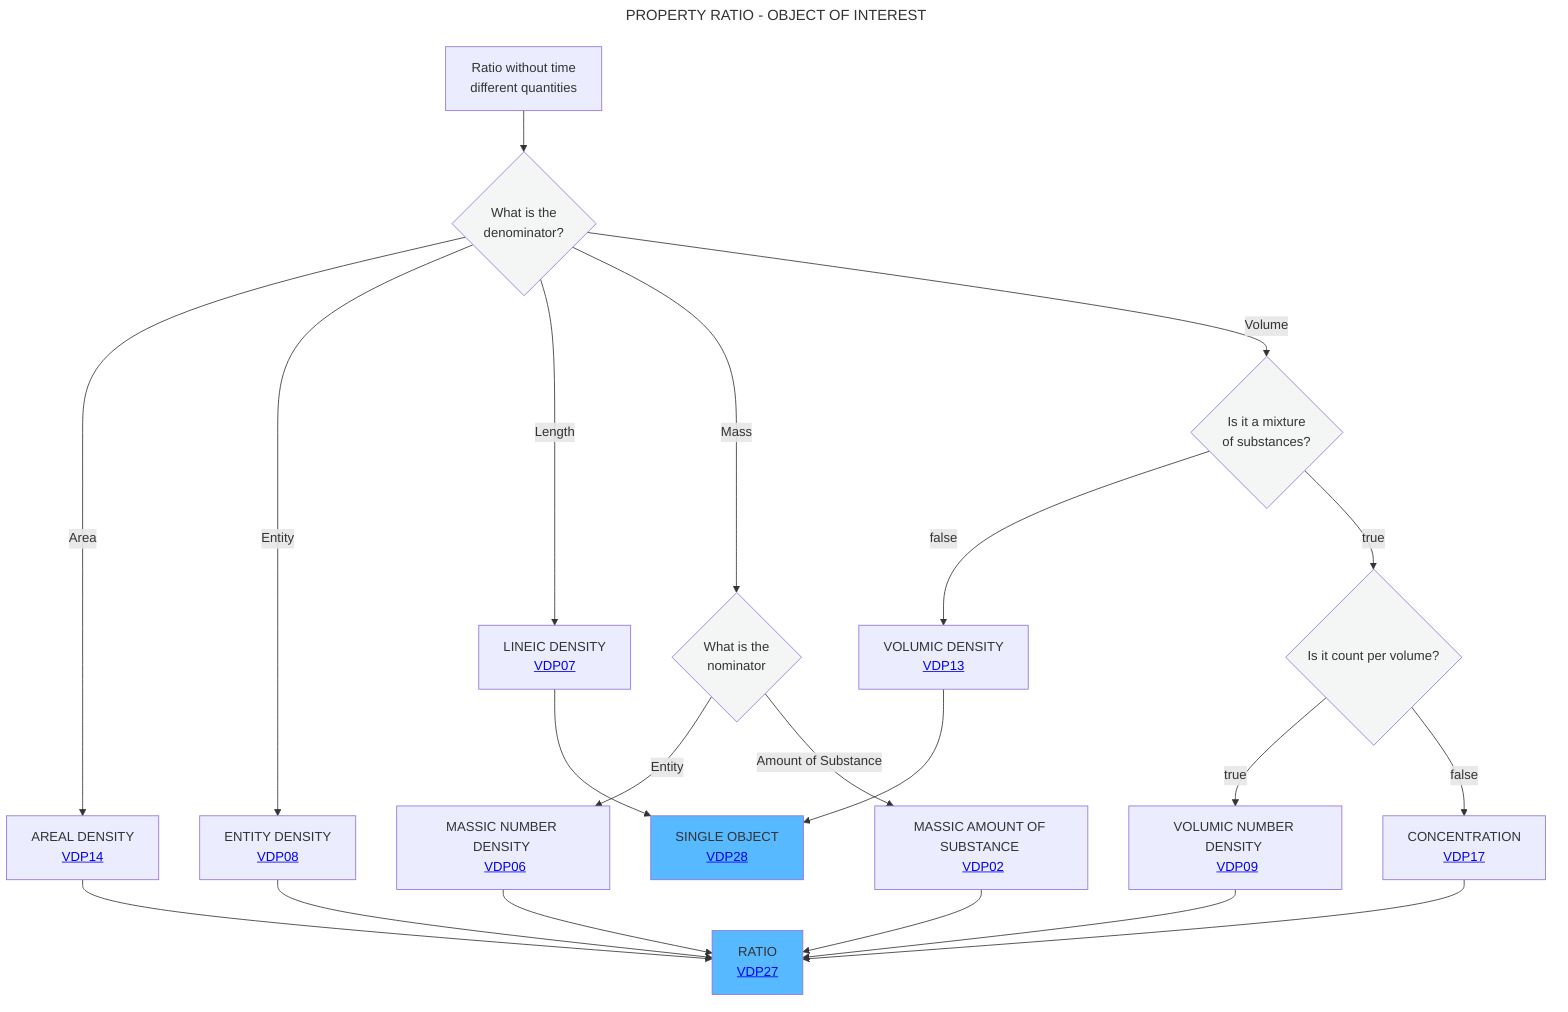
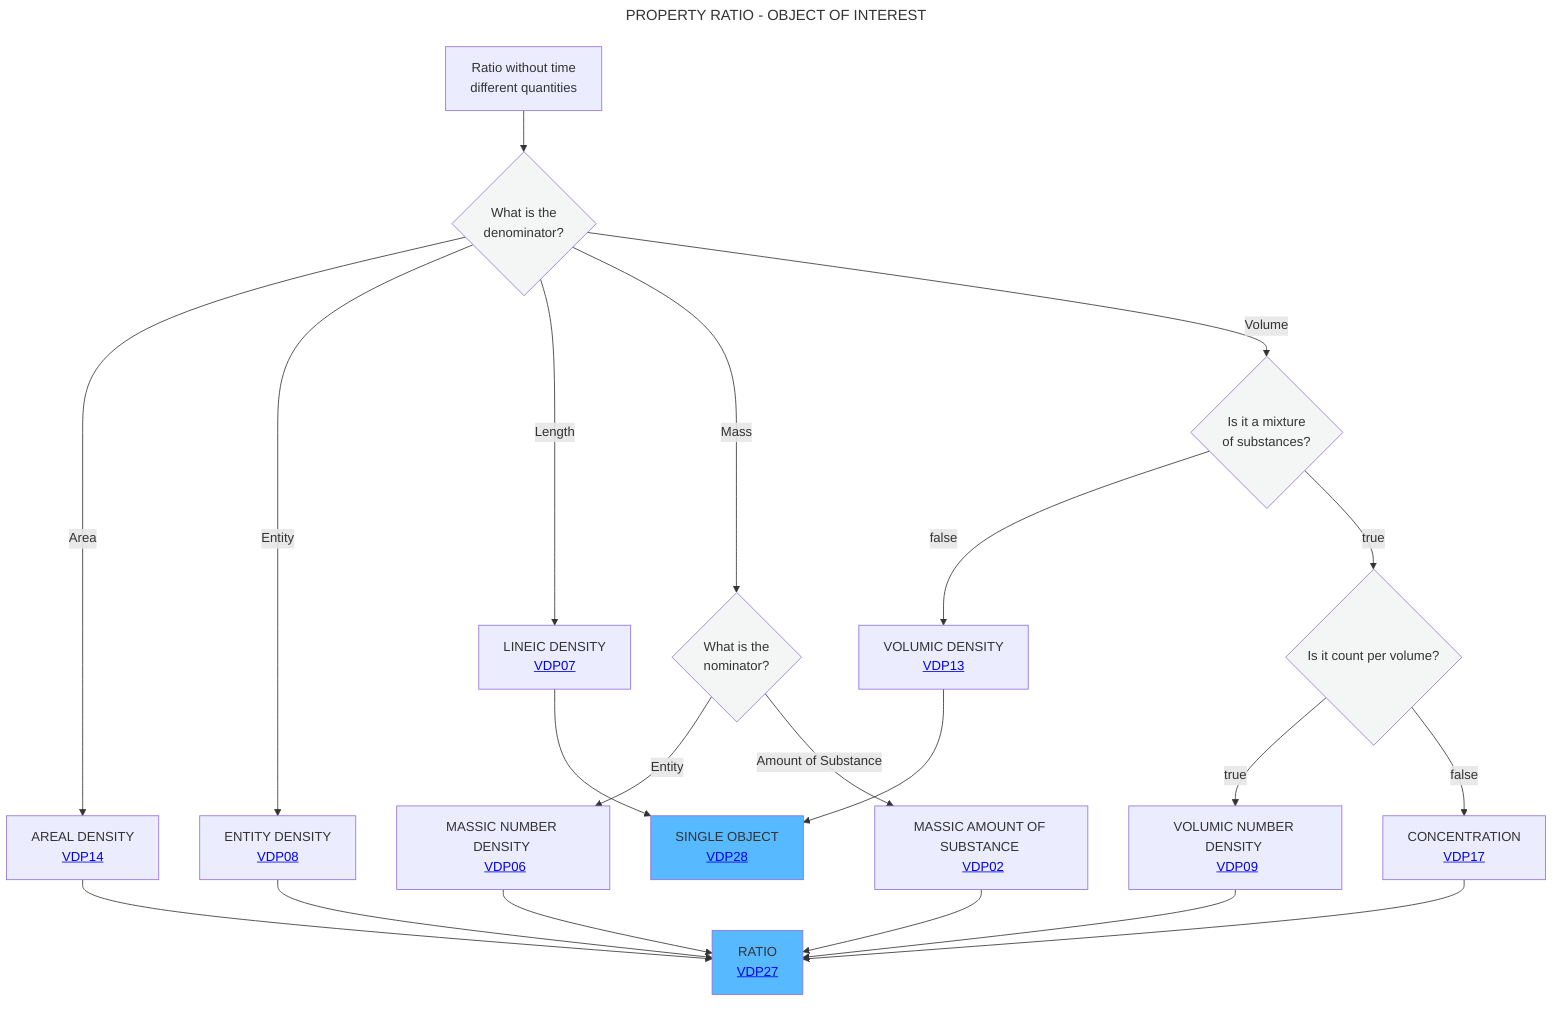
---
title: PROPERTY RATIO - OBJECT OF INTEREST
---
flowchart TD
    A[Ratio without time <br> different quantities] --> B{What is the <br> denominator?}:::white
    B -- Area -->C[AREAL DENSITY <br> <a href='https://github.com/mabablue/I-ADOPT-patterns-playground/blob/main/pattern/VDP14.yaml'>VDP14</a>]
    B -- Entity -->F[ENTITY DENSITY <br> <a href='https://github.com/mabablue/I-ADOPT-patterns-playground/blob/main/pattern/VDP08.yaml'>VDP08</a>]
    B -- Length -->D[LINEIC DENSITY <br> <a href='https://github.com/mabablue/I-ADOPT-patterns-playground/blob/main/pattern/VDP07.yaml'>VDP07</a>]
-     B -- Mass -->E{What is the <br> nominator}:::white
+     B -- Mass -->E{What is the <br> nominator?}:::white
    E -- Entity --> L[MASSIC NUMBER DENSITY <br> <a href='https://github.com/mabablue/I-ADOPT-patterns-playground/blob/main/pattern/VDP06.yaml'>VDP06</a>]
    E -- Amount of Substance --> P[MASSIC AMOUNT OF SUBSTANCE <br> <a href='https://github.com/mabablue/I-ADOPT-patterns-playground/blob/main/pattern/VDP02.yaml'>VDP02</a>]
    B -- Volume -->G{Is it a mixture <br> of substances?}:::white
    G --> |false|H[VOLUMIC DENSITY <br> <a href='https://github.com/mabablue/I-ADOPT-patterns-playground/blob/main/pattern/VDP13.yaml'>VDP13</a>]
    G--> |true|J{Is it count per volume?}:::white
    J --> |true|I[VOLUMIC NUMBER DENSITY <br> <a href='https://github.com/mabablue/I-ADOPT-patterns-playground/blob/main/pattern/VDP09.yaml'>VDP09</a>]
    J --> |false|M[CONCENTRATION <br> <a href='https://github.com/mabablue/I-ADOPT-patterns-playground/blob/main/pattern/VDP17.yaml'>VDP17</a>]
    I --> N
    C --> N[RATIO <br> <a href='https://github.com/mabablue/I-ADOPT-patterns-playground/blob/main/pattern/VDP27.yaml'>VDP27</a>]:::satblue
    F --> N
    D --> O[SINGLE OBJECT <br> <a href='https://github.com/mabablue/I-ADOPT-patterns-playground/blob/main/pattern/VDP28.yaml'>VDP28</a>]:::satblue
    H --> O
    L --> N
    P --> N
    M --> N
   classDef blue fill:#90D5FF
   classDef satblue fill:#57B9FF
   classDef white fill:#f3f6f4
   classDef green fill:#6aa84f
